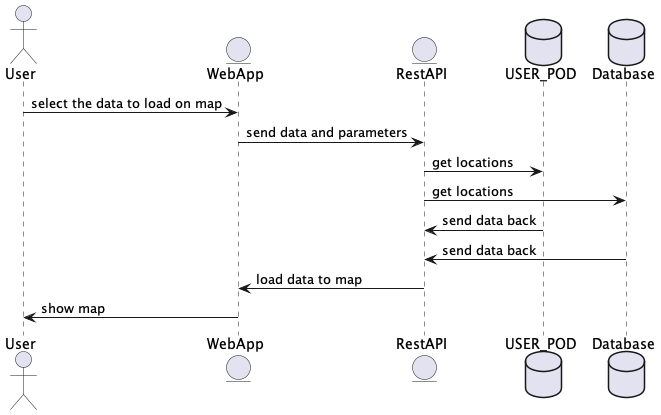
Before: images/Map diagram.png, a diagram exported from PlantUML (Arquisoft/lomap_es5c). Its diagram source:
```plantuml
@startuml
actor User
entity EntityWeb as "WebApp"
entity EntityRest as "RestAPI"
database Pod as "USER_POD"
database Mongo as "Database"

User -> EntityWeb: select the data to load on map
EntityWeb -> EntityRest: send data and parameters
EntityRest -> Pod: get locations
EntityRest -> Mongo: get locations
Pod -> EntityRest: send data back
Mongo -> EntityRest: send data back
EntityRest -> EntityWeb: load data to map
EntityWeb -> User: show map
@enduml
```
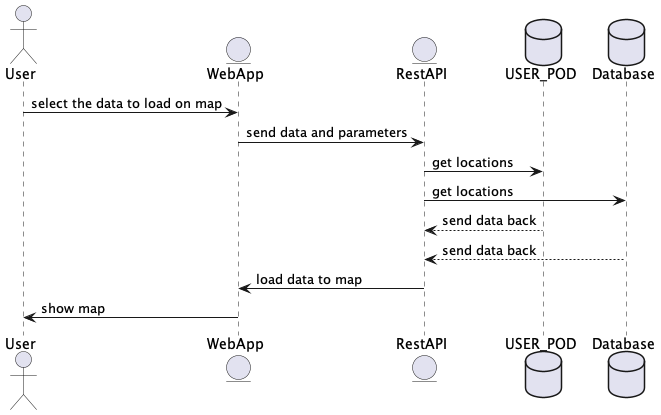
The same diagram one commit later.

Diff of the diagram source:
```diff
@@ -9,8 +9,8 @@
 EntityWeb -> EntityRest: send data and parameters
 EntityRest -> Pod: get locations
 EntityRest -> Mongo: get locations
-Pod -> EntityRest: send data back
-Mongo -> EntityRest: send data back
+Pod --> EntityRest: send data back
+Mongo --> EntityRest: send data back
 EntityRest -> EntityWeb: load data to map
 EntityWeb -> User: show map
 @enduml
```
